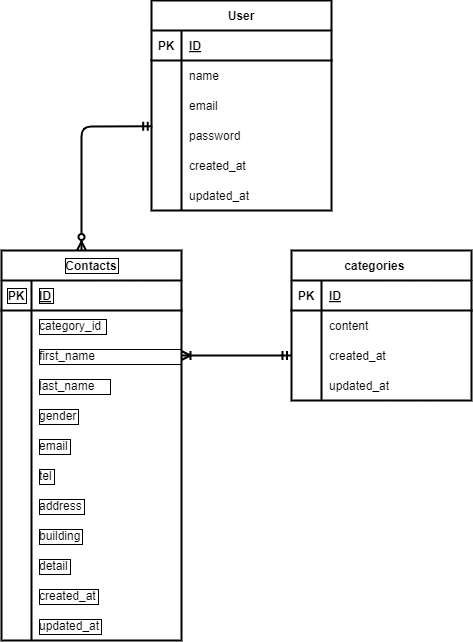
rikuuta1217/RIKU--kadai-1 keeps this draw.io diagram as ER.drawio.png. Above is the earlier version. Source tidied: cells renumbered, new cells last; positions are measured from the earlier drawing's top-left corner, leaving out a move shared by most shapes.
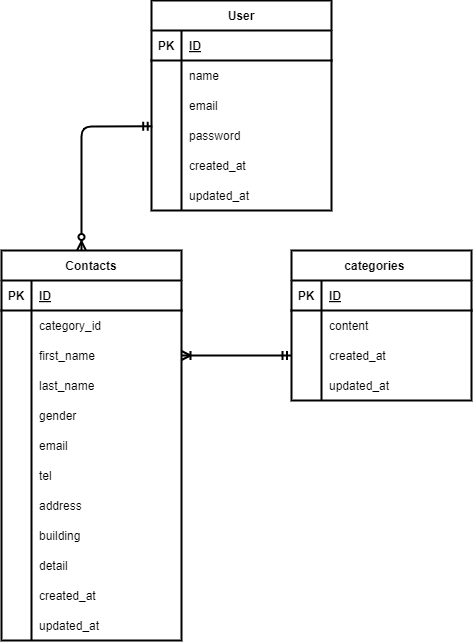
After the change.

Diff of the diagram source:
```diff
@@ -2,115 +2,115 @@
   <root>
     <mxCell id="0" />
     <mxCell id="1" parent="0" />
-    <mxCell id="2" value="Contacts" style="shape=table;startSize=30;rowLines=0;fontStyle=1;align=center;fontColor=#000000;strokeColor=#000000;labelBackgroundColor=none;fillColor=none;strokeWidth=2;perimeterSpacing=0;labelBorderColor=default;" parent="1" vertex="1">
+    <mxCell id="2" value="Contacts" style="shape=table;startSize=30;rowLines=0;fontStyle=1;align=center;fontColor=#000000;strokeColor=#000000;labelBackgroundColor=none;fillColor=none;strokeWidth=2;perimeterSpacing=0;labelBorderColor=none;" parent="1" vertex="1">
       <mxGeometry y="250" width="180" height="390" as="geometry" />
     </mxCell>
-    <mxCell id="3" style="shape=tableRow;horizontal=0;startSize=0;swimlaneHead=0;swimlaneBody=0;fillColor=none;top=0;left=0;right=0;bottom=1;fontColor=#000000;strokeColor=#000000;labelBackgroundColor=none;strokeWidth=2;perimeterSpacing=0;labelBorderColor=default;" parent="2" vertex="1">
+    <mxCell id="3" style="shape=tableRow;horizontal=0;startSize=0;swimlaneHead=0;swimlaneBody=0;fillColor=none;top=0;left=0;right=0;bottom=1;fontColor=#000000;strokeColor=#000000;labelBackgroundColor=none;strokeWidth=2;perimeterSpacing=0;labelBorderColor=none;" parent="2" vertex="1">
       <mxGeometry y="30" width="180" height="30" as="geometry" />
     </mxCell>
-    <mxCell id="4" value="PK" style="shape=partialRectangle;fillColor=none;top=0;left=0;bottom=0;right=0;fontStyle=1;overflow=hidden;fontColor=#000000;strokeColor=#000000;labelBackgroundColor=none;strokeWidth=2;perimeterSpacing=0;labelBorderColor=default;" parent="3" vertex="1">
+    <mxCell id="4" value="PK" style="shape=partialRectangle;fillColor=none;top=0;left=0;bottom=0;right=0;fontStyle=1;overflow=hidden;fontColor=#000000;strokeColor=#000000;labelBackgroundColor=none;strokeWidth=2;perimeterSpacing=0;labelBorderColor=none;" parent="3" vertex="1">
       <mxGeometry width="30" height="30" as="geometry" />
     </mxCell>
-    <mxCell id="5" value="ID" style="shape=partialRectangle;fillColor=none;top=0;left=0;bottom=0;right=0;align=left;spacingLeft=6;fontStyle=5;overflow=hidden;fontColor=#000000;strokeColor=#000000;labelBackgroundColor=none;strokeWidth=2;perimeterSpacing=0;labelBorderColor=default;" parent="3" vertex="1">
+    <mxCell id="5" value="ID" style="shape=partialRectangle;fillColor=none;top=0;left=0;bottom=0;right=0;align=left;spacingLeft=6;fontStyle=5;overflow=hidden;fontColor=#000000;strokeColor=#000000;labelBackgroundColor=none;strokeWidth=2;perimeterSpacing=0;labelBorderColor=none;" parent="3" vertex="1">
       <mxGeometry x="30" width="150" height="30" as="geometry" />
     </mxCell>
-    <mxCell id="6" style="shape=tableRow;horizontal=0;startSize=0;swimlaneHead=0;swimlaneBody=0;fillColor=none;top=0;left=0;right=0;bottom=0;fontColor=#000000;strokeColor=#000000;labelBackgroundColor=none;strokeWidth=2;perimeterSpacing=0;labelBorderColor=default;" parent="2" vertex="1">
+    <mxCell id="6" style="shape=tableRow;horizontal=0;startSize=0;swimlaneHead=0;swimlaneBody=0;fillColor=none;top=0;left=0;right=0;bottom=0;fontColor=#000000;strokeColor=#000000;labelBackgroundColor=none;strokeWidth=2;perimeterSpacing=0;labelBorderColor=none;" parent="2" vertex="1">
       <mxGeometry y="60" width="180" height="30" as="geometry" />
     </mxCell>
-    <mxCell id="7" style="shape=partialRectangle;fillColor=none;top=0;left=0;bottom=0;right=0;overflow=hidden;fontColor=#000000;strokeColor=#000000;labelBackgroundColor=none;strokeWidth=2;perimeterSpacing=0;labelBorderColor=default;" parent="6" vertex="1">
+    <mxCell id="7" style="shape=partialRectangle;fillColor=none;top=0;left=0;bottom=0;right=0;overflow=hidden;fontColor=#000000;strokeColor=#000000;labelBackgroundColor=none;strokeWidth=2;perimeterSpacing=0;labelBorderColor=none;" parent="6" vertex="1">
       <mxGeometry width="30" height="30" as="geometry" />
     </mxCell>
-    <mxCell id="8" value="category_id " style="shape=partialRectangle;fillColor=none;top=0;left=0;bottom=0;right=0;align=left;spacingLeft=6;overflow=hidden;fontColor=#000000;strokeColor=#000000;labelBackgroundColor=none;strokeWidth=2;perimeterSpacing=0;labelBorderColor=default;" parent="6" vertex="1">
+    <mxCell id="8" value="category_id " style="shape=partialRectangle;fillColor=none;top=0;left=0;bottom=0;right=0;align=left;spacingLeft=6;overflow=hidden;fontColor=#000000;strokeColor=#000000;labelBackgroundColor=none;strokeWidth=2;perimeterSpacing=0;labelBorderColor=none;" parent="6" vertex="1">
       <mxGeometry x="30" width="150" height="30" as="geometry" />
     </mxCell>
-    <mxCell id="9" style="shape=tableRow;horizontal=0;startSize=0;swimlaneHead=0;swimlaneBody=0;fillColor=none;points=[[0,0.5],[1,0.5]];portConstraint=eastwest;top=0;left=0;right=0;bottom=0;fontColor=#000000;strokeColor=#000000;labelBackgroundColor=none;strokeWidth=2;perimeterSpacing=0;labelBorderColor=default;" parent="2" vertex="1">
+    <mxCell id="9" style="shape=tableRow;horizontal=0;startSize=0;swimlaneHead=0;swimlaneBody=0;fillColor=none;points=[[0,0.5],[1,0.5]];portConstraint=eastwest;top=0;left=0;right=0;bottom=0;fontColor=#000000;strokeColor=#000000;labelBackgroundColor=none;strokeWidth=2;perimeterSpacing=0;labelBorderColor=none;" parent="2" vertex="1">
       <mxGeometry y="90" width="180" height="30" as="geometry" />
     </mxCell>
-    <mxCell id="10" style="shape=partialRectangle;fillColor=none;top=0;left=0;bottom=0;right=0;overflow=hidden;fontColor=#000000;strokeColor=#000000;labelBackgroundColor=none;strokeWidth=2;perimeterSpacing=0;labelBorderColor=default;" parent="9" vertex="1">
+    <mxCell id="10" style="shape=partialRectangle;fillColor=none;top=0;left=0;bottom=0;right=0;overflow=hidden;fontColor=#000000;strokeColor=#000000;labelBackgroundColor=none;strokeWidth=2;perimeterSpacing=0;labelBorderColor=none;" parent="9" vertex="1">
       <mxGeometry width="30" height="30" as="geometry" />
     </mxCell>
-    <mxCell id="11" value="first_name                            " style="shape=partialRectangle;fillColor=none;top=0;left=0;bottom=0;right=0;align=left;spacingLeft=6;overflow=hidden;fontColor=#000000;strokeColor=#000000;labelBackgroundColor=none;strokeWidth=2;perimeterSpacing=0;labelBorderColor=default;" parent="9" vertex="1">
+    <mxCell id="11" value="first_name                            " style="shape=partialRectangle;fillColor=none;top=0;left=0;bottom=0;right=0;align=left;spacingLeft=6;overflow=hidden;fontColor=#000000;strokeColor=#000000;labelBackgroundColor=none;strokeWidth=2;perimeterSpacing=0;labelBorderColor=none;" parent="9" vertex="1">
       <mxGeometry x="30" width="150" height="30" as="geometry" />
     </mxCell>
-    <mxCell id="12" style="shape=tableRow;horizontal=0;startSize=0;swimlaneHead=0;swimlaneBody=0;fillColor=none;top=0;left=0;right=0;bottom=0;fontColor=#000000;strokeColor=#000000;labelBackgroundColor=none;strokeWidth=2;perimeterSpacing=0;labelBorderColor=default;" parent="2" vertex="1">
+    <mxCell id="12" style="shape=tableRow;horizontal=0;startSize=0;swimlaneHead=0;swimlaneBody=0;fillColor=none;top=0;left=0;right=0;bottom=0;fontColor=#000000;strokeColor=#000000;labelBackgroundColor=none;strokeWidth=2;perimeterSpacing=0;labelBorderColor=none;" parent="2" vertex="1">
       <mxGeometry y="120" width="180" height="30" as="geometry" />
     </mxCell>
-    <mxCell id="13" style="shape=partialRectangle;fillColor=none;top=0;left=0;bottom=0;right=0;overflow=hidden;fontColor=#000000;strokeColor=#000000;labelBackgroundColor=none;strokeWidth=2;perimeterSpacing=0;labelBorderColor=default;" parent="12" vertex="1">
+    <mxCell id="13" style="shape=partialRectangle;fillColor=none;top=0;left=0;bottom=0;right=0;overflow=hidden;fontColor=#000000;strokeColor=#000000;labelBackgroundColor=none;strokeWidth=2;perimeterSpacing=0;labelBorderColor=none;" parent="12" vertex="1">
       <mxGeometry width="30" height="30" as="geometry" />
     </mxCell>
-    <mxCell id="14" value="last_name    " style="shape=partialRectangle;fillColor=none;top=0;left=0;bottom=0;right=0;align=left;spacingLeft=6;overflow=hidden;fontColor=#000000;strokeColor=#000000;labelBackgroundColor=none;strokeWidth=2;perimeterSpacing=0;labelBorderColor=default;" parent="12" vertex="1">
+    <mxCell id="14" value="last_name    " style="shape=partialRectangle;fillColor=none;top=0;left=0;bottom=0;right=0;align=left;spacingLeft=6;overflow=hidden;fontColor=#000000;strokeColor=#000000;labelBackgroundColor=none;strokeWidth=2;perimeterSpacing=0;labelBorderColor=none;" parent="12" vertex="1">
       <mxGeometry x="30" width="150" height="30" as="geometry" />
     </mxCell>
-    <mxCell id="15" style="shape=tableRow;horizontal=0;startSize=0;swimlaneHead=0;swimlaneBody=0;fillColor=none;top=0;left=0;right=0;bottom=0;fontColor=#000000;strokeColor=#000000;labelBackgroundColor=none;strokeWidth=2;perimeterSpacing=0;labelBorderColor=default;" parent="2" vertex="1">
+    <mxCell id="15" style="shape=tableRow;horizontal=0;startSize=0;swimlaneHead=0;swimlaneBody=0;fillColor=none;top=0;left=0;right=0;bottom=0;fontColor=#000000;strokeColor=#000000;labelBackgroundColor=none;strokeWidth=2;perimeterSpacing=0;labelBorderColor=none;" parent="2" vertex="1">
       <mxGeometry y="150" width="180" height="30" as="geometry" />
     </mxCell>
-    <mxCell id="16" style="shape=partialRectangle;fillColor=none;top=0;left=0;bottom=0;right=0;overflow=hidden;fontColor=#000000;strokeColor=#000000;labelBackgroundColor=none;strokeWidth=2;perimeterSpacing=0;labelBorderColor=default;" parent="15" vertex="1">
+    <mxCell id="16" style="shape=partialRectangle;fillColor=none;top=0;left=0;bottom=0;right=0;overflow=hidden;fontColor=#000000;strokeColor=#000000;labelBackgroundColor=none;strokeWidth=2;perimeterSpacing=0;labelBorderColor=none;" parent="15" vertex="1">
       <mxGeometry width="30" height="30" as="geometry" />
     </mxCell>
-    <mxCell id="17" value="gender" style="shape=partialRectangle;fillColor=none;top=0;left=0;bottom=0;right=0;align=left;spacingLeft=6;overflow=hidden;fontColor=#000000;strokeColor=#000000;labelBackgroundColor=none;strokeWidth=2;perimeterSpacing=0;labelBorderColor=default;" parent="15" vertex="1">
+    <mxCell id="17" value="gender" style="shape=partialRectangle;fillColor=none;top=0;left=0;bottom=0;right=0;align=left;spacingLeft=6;overflow=hidden;fontColor=#000000;strokeColor=#000000;labelBackgroundColor=none;strokeWidth=2;perimeterSpacing=0;labelBorderColor=none;" parent="15" vertex="1">
       <mxGeometry x="30" width="150" height="30" as="geometry" />
     </mxCell>
-    <mxCell id="18" style="shape=tableRow;horizontal=0;startSize=0;swimlaneHead=0;swimlaneBody=0;fillColor=none;top=0;left=0;right=0;bottom=0;fontColor=#000000;strokeColor=#000000;labelBackgroundColor=none;strokeWidth=2;perimeterSpacing=0;labelBorderColor=default;" parent="2" vertex="1">
+    <mxCell id="18" style="shape=tableRow;horizontal=0;startSize=0;swimlaneHead=0;swimlaneBody=0;fillColor=none;top=0;left=0;right=0;bottom=0;fontColor=#000000;strokeColor=#000000;labelBackgroundColor=none;strokeWidth=2;perimeterSpacing=0;labelBorderColor=none;" parent="2" vertex="1">
       <mxGeometry y="180" width="180" height="30" as="geometry" />
     </mxCell>
-    <mxCell id="19" style="shape=partialRectangle;fillColor=none;top=0;left=0;bottom=0;right=0;overflow=hidden;fontColor=#000000;strokeColor=#000000;labelBackgroundColor=none;strokeWidth=2;perimeterSpacing=0;labelBorderColor=default;" parent="18" vertex="1">
+    <mxCell id="19" style="shape=partialRectangle;fillColor=none;top=0;left=0;bottom=0;right=0;overflow=hidden;fontColor=#000000;strokeColor=#000000;labelBackgroundColor=none;strokeWidth=2;perimeterSpacing=0;labelBorderColor=none;" parent="18" vertex="1">
       <mxGeometry width="30" height="30" as="geometry" />
     </mxCell>
-    <mxCell id="20" value="email" style="shape=partialRectangle;fillColor=none;top=0;left=0;bottom=0;right=0;align=left;spacingLeft=6;overflow=hidden;fontColor=#000000;strokeColor=#000000;labelBackgroundColor=none;strokeWidth=2;perimeterSpacing=0;labelBorderColor=default;" parent="18" vertex="1">
+    <mxCell id="20" value="email" style="shape=partialRectangle;fillColor=none;top=0;left=0;bottom=0;right=0;align=left;spacingLeft=6;overflow=hidden;fontColor=#000000;strokeColor=#000000;labelBackgroundColor=none;strokeWidth=2;perimeterSpacing=0;labelBorderColor=none;" parent="18" vertex="1">
       <mxGeometry x="30" width="150" height="30" as="geometry" />
     </mxCell>
-    <mxCell id="21" style="shape=tableRow;horizontal=0;startSize=0;swimlaneHead=0;swimlaneBody=0;fillColor=none;top=0;left=0;right=0;bottom=0;fontColor=#000000;strokeColor=#000000;labelBackgroundColor=none;strokeWidth=2;perimeterSpacing=0;labelBorderColor=default;" parent="2" vertex="1">
+    <mxCell id="21" style="shape=tableRow;horizontal=0;startSize=0;swimlaneHead=0;swimlaneBody=0;fillColor=none;top=0;left=0;right=0;bottom=0;fontColor=#000000;strokeColor=#000000;labelBackgroundColor=none;strokeWidth=2;perimeterSpacing=0;labelBorderColor=none;" parent="2" vertex="1">
       <mxGeometry y="210" width="180" height="30" as="geometry" />
     </mxCell>
-    <mxCell id="22" style="shape=partialRectangle;fillColor=none;top=0;left=0;bottom=0;right=0;overflow=hidden;fontColor=#000000;strokeColor=#000000;labelBackgroundColor=none;strokeWidth=2;perimeterSpacing=0;labelBorderColor=default;" parent="21" vertex="1">
+    <mxCell id="22" style="shape=partialRectangle;fillColor=none;top=0;left=0;bottom=0;right=0;overflow=hidden;fontColor=#000000;strokeColor=#000000;labelBackgroundColor=none;strokeWidth=2;perimeterSpacing=0;labelBorderColor=none;" parent="21" vertex="1">
       <mxGeometry width="30" height="30" as="geometry" />
     </mxCell>
-    <mxCell id="23" value="tel" style="shape=partialRectangle;fillColor=none;top=0;left=0;bottom=0;right=0;align=left;spacingLeft=6;overflow=hidden;fontColor=#000000;strokeColor=#000000;labelBackgroundColor=none;strokeWidth=2;perimeterSpacing=0;labelBorderColor=default;" parent="21" vertex="1">
+    <mxCell id="23" value="tel" style="shape=partialRectangle;fillColor=none;top=0;left=0;bottom=0;right=0;align=left;spacingLeft=6;overflow=hidden;fontColor=#000000;strokeColor=#000000;labelBackgroundColor=none;strokeWidth=2;perimeterSpacing=0;labelBorderColor=none;" parent="21" vertex="1">
       <mxGeometry x="30" width="150" height="30" as="geometry" />
     </mxCell>
-    <mxCell id="24" style="shape=tableRow;horizontal=0;startSize=0;swimlaneHead=0;swimlaneBody=0;fillColor=none;top=0;left=0;right=0;bottom=0;fontColor=#000000;strokeColor=#000000;labelBackgroundColor=none;strokeWidth=2;perimeterSpacing=0;labelBorderColor=default;" parent="2" vertex="1">
+    <mxCell id="24" style="shape=tableRow;horizontal=0;startSize=0;swimlaneHead=0;swimlaneBody=0;fillColor=none;top=0;left=0;right=0;bottom=0;fontColor=#000000;strokeColor=#000000;labelBackgroundColor=none;strokeWidth=2;perimeterSpacing=0;labelBorderColor=none;" parent="2" vertex="1">
       <mxGeometry y="240" width="180" height="30" as="geometry" />
     </mxCell>
-    <mxCell id="25" style="shape=partialRectangle;fillColor=none;top=0;left=0;bottom=0;right=0;overflow=hidden;fontColor=#000000;strokeColor=#000000;labelBackgroundColor=none;strokeWidth=2;perimeterSpacing=0;labelBorderColor=default;" parent="24" vertex="1">
+    <mxCell id="25" style="shape=partialRectangle;fillColor=none;top=0;left=0;bottom=0;right=0;overflow=hidden;fontColor=#000000;strokeColor=#000000;labelBackgroundColor=none;strokeWidth=2;perimeterSpacing=0;labelBorderColor=none;" parent="24" vertex="1">
       <mxGeometry width="30" height="30" as="geometry" />
     </mxCell>
-    <mxCell id="26" value="address" style="shape=partialRectangle;fillColor=none;top=0;left=0;bottom=0;right=0;align=left;spacingLeft=6;overflow=hidden;fontColor=#000000;strokeColor=#000000;labelBackgroundColor=none;strokeWidth=2;perimeterSpacing=0;labelBorderColor=default;" parent="24" vertex="1">
+    <mxCell id="26" value="address" style="shape=partialRectangle;fillColor=none;top=0;left=0;bottom=0;right=0;align=left;spacingLeft=6;overflow=hidden;fontColor=#000000;strokeColor=#000000;labelBackgroundColor=none;strokeWidth=2;perimeterSpacing=0;labelBorderColor=none;" parent="24" vertex="1">
       <mxGeometry x="30" width="150" height="30" as="geometry" />
     </mxCell>
-    <mxCell id="27" style="shape=tableRow;horizontal=0;startSize=0;swimlaneHead=0;swimlaneBody=0;fillColor=none;top=0;left=0;right=0;bottom=0;fontColor=#000000;strokeColor=#000000;labelBackgroundColor=none;strokeWidth=2;perimeterSpacing=0;labelBorderColor=default;" parent="2" vertex="1">
+    <mxCell id="27" style="shape=tableRow;horizontal=0;startSize=0;swimlaneHead=0;swimlaneBody=0;fillColor=none;top=0;left=0;right=0;bottom=0;fontColor=#000000;strokeColor=#000000;labelBackgroundColor=none;strokeWidth=2;perimeterSpacing=0;labelBorderColor=none;" parent="2" vertex="1">
       <mxGeometry y="270" width="180" height="30" as="geometry" />
     </mxCell>
-    <mxCell id="28" style="shape=partialRectangle;fillColor=none;top=0;left=0;bottom=0;right=0;overflow=hidden;fontColor=#000000;strokeColor=#000000;labelBackgroundColor=none;strokeWidth=2;perimeterSpacing=0;labelBorderColor=default;" parent="27" vertex="1">
+    <mxCell id="28" style="shape=partialRectangle;fillColor=none;top=0;left=0;bottom=0;right=0;overflow=hidden;fontColor=#000000;strokeColor=#000000;labelBackgroundColor=none;strokeWidth=2;perimeterSpacing=0;labelBorderColor=none;" parent="27" vertex="1">
       <mxGeometry width="30" height="30" as="geometry" />
     </mxCell>
-    <mxCell id="29" value="building" style="shape=partialRectangle;fillColor=none;top=0;left=0;bottom=0;right=0;align=left;spacingLeft=6;overflow=hidden;fontColor=#000000;strokeColor=#000000;labelBackgroundColor=none;strokeWidth=2;perimeterSpacing=0;labelBorderColor=default;" parent="27" vertex="1">
+    <mxCell id="29" value="building" style="shape=partialRectangle;fillColor=none;top=0;left=0;bottom=0;right=0;align=left;spacingLeft=6;overflow=hidden;fontColor=#000000;strokeColor=#000000;labelBackgroundColor=none;strokeWidth=2;perimeterSpacing=0;labelBorderColor=none;" parent="27" vertex="1">
       <mxGeometry x="30" width="150" height="30" as="geometry" />
     </mxCell>
-    <mxCell id="30" style="shape=tableRow;horizontal=0;startSize=0;swimlaneHead=0;swimlaneBody=0;fillColor=none;top=0;left=0;right=0;bottom=0;fontColor=#000000;strokeColor=#000000;labelBackgroundColor=none;strokeWidth=2;perimeterSpacing=0;labelBorderColor=default;" parent="2" vertex="1">
+    <mxCell id="30" style="shape=tableRow;horizontal=0;startSize=0;swimlaneHead=0;swimlaneBody=0;fillColor=none;top=0;left=0;right=0;bottom=0;fontColor=#000000;strokeColor=#000000;labelBackgroundColor=none;strokeWidth=2;perimeterSpacing=0;labelBorderColor=none;" parent="2" vertex="1">
       <mxGeometry y="300" width="180" height="30" as="geometry" />
     </mxCell>
-    <mxCell id="31" style="shape=partialRectangle;fillColor=none;top=0;left=0;bottom=0;right=0;overflow=hidden;fontColor=#000000;strokeColor=#000000;labelBackgroundColor=none;strokeWidth=2;perimeterSpacing=0;labelBorderColor=default;" parent="30" vertex="1">
+    <mxCell id="31" style="shape=partialRectangle;fillColor=none;top=0;left=0;bottom=0;right=0;overflow=hidden;fontColor=#000000;strokeColor=#000000;labelBackgroundColor=none;strokeWidth=2;perimeterSpacing=0;labelBorderColor=none;" parent="30" vertex="1">
       <mxGeometry width="30" height="30" as="geometry" />
     </mxCell>
-    <mxCell id="32" value="detail" style="shape=partialRectangle;fillColor=none;top=0;left=0;bottom=0;right=0;align=left;spacingLeft=6;overflow=hidden;fontColor=#000000;strokeColor=#000000;labelBackgroundColor=none;strokeWidth=2;perimeterSpacing=0;labelBorderColor=default;" parent="30" vertex="1">
+    <mxCell id="32" value="detail" style="shape=partialRectangle;fillColor=none;top=0;left=0;bottom=0;right=0;align=left;spacingLeft=6;overflow=hidden;fontColor=#000000;strokeColor=#000000;labelBackgroundColor=none;strokeWidth=2;perimeterSpacing=0;labelBorderColor=none;" parent="30" vertex="1">
       <mxGeometry x="30" width="150" height="30" as="geometry" />
     </mxCell>
-    <mxCell id="33" style="shape=tableRow;horizontal=0;startSize=0;swimlaneHead=0;swimlaneBody=0;fillColor=none;top=0;left=0;right=0;bottom=0;fontColor=#000000;strokeColor=#000000;labelBackgroundColor=none;strokeWidth=2;perimeterSpacing=0;labelBorderColor=default;" parent="2" vertex="1">
+    <mxCell id="33" style="shape=tableRow;horizontal=0;startSize=0;swimlaneHead=0;swimlaneBody=0;fillColor=none;top=0;left=0;right=0;bottom=0;fontColor=#000000;strokeColor=#000000;labelBackgroundColor=none;strokeWidth=2;perimeterSpacing=0;labelBorderColor=none;" parent="2" vertex="1">
       <mxGeometry y="330" width="180" height="30" as="geometry" />
     </mxCell>
-    <mxCell id="34" style="shape=partialRectangle;fillColor=none;top=0;left=0;bottom=0;right=0;overflow=hidden;fontColor=#000000;strokeColor=#000000;labelBackgroundColor=none;strokeWidth=2;perimeterSpacing=0;labelBorderColor=default;" parent="33" vertex="1">
+    <mxCell id="34" style="shape=partialRectangle;fillColor=none;top=0;left=0;bottom=0;right=0;overflow=hidden;fontColor=#000000;strokeColor=#000000;labelBackgroundColor=none;strokeWidth=2;perimeterSpacing=0;labelBorderColor=none;" parent="33" vertex="1">
       <mxGeometry width="30" height="30" as="geometry" />
     </mxCell>
-    <mxCell id="35" value="created_at" style="shape=partialRectangle;fillColor=none;top=0;left=0;bottom=0;right=0;align=left;spacingLeft=6;overflow=hidden;fontColor=#000000;strokeColor=#000000;labelBackgroundColor=none;strokeWidth=2;perimeterSpacing=0;labelBorderColor=default;" parent="33" vertex="1">
+    <mxCell id="35" value="created_at" style="shape=partialRectangle;fillColor=none;top=0;left=0;bottom=0;right=0;align=left;spacingLeft=6;overflow=hidden;fontColor=#000000;strokeColor=#000000;labelBackgroundColor=none;strokeWidth=2;perimeterSpacing=0;labelBorderColor=none;" parent="33" vertex="1">
       <mxGeometry x="30" width="150" height="30" as="geometry" />
     </mxCell>
-    <mxCell id="36" style="shape=tableRow;horizontal=0;startSize=0;swimlaneHead=0;swimlaneBody=0;fillColor=none;top=0;left=0;right=0;bottom=0;fontColor=#000000;strokeColor=#000000;labelBackgroundColor=none;strokeWidth=2;perimeterSpacing=0;labelBorderColor=default;" parent="2" vertex="1">
+    <mxCell id="36" style="shape=tableRow;horizontal=0;startSize=0;swimlaneHead=0;swimlaneBody=0;fillColor=none;top=0;left=0;right=0;bottom=0;fontColor=#000000;strokeColor=#000000;labelBackgroundColor=none;strokeWidth=2;perimeterSpacing=0;labelBorderColor=none;" parent="2" vertex="1">
       <mxGeometry y="360" width="180" height="30" as="geometry" />
     </mxCell>
-    <mxCell id="37" style="shape=partialRectangle;fillColor=none;top=0;left=0;bottom=0;right=0;overflow=hidden;fontColor=#000000;strokeColor=#000000;labelBackgroundColor=none;strokeWidth=2;perimeterSpacing=0;labelBorderColor=default;" parent="36" vertex="1">
+    <mxCell id="37" style="shape=partialRectangle;fillColor=none;top=0;left=0;bottom=0;right=0;overflow=hidden;fontColor=#000000;strokeColor=#000000;labelBackgroundColor=none;strokeWidth=2;perimeterSpacing=0;labelBorderColor=none;" parent="36" vertex="1">
       <mxGeometry width="30" height="30" as="geometry" />
     </mxCell>
-    <mxCell id="38" value="updated_at" style="shape=partialRectangle;fillColor=none;top=0;left=0;bottom=0;right=0;align=left;spacingLeft=6;overflow=hidden;fontColor=#000000;strokeColor=#000000;labelBackgroundColor=none;strokeWidth=2;perimeterSpacing=0;labelBorderColor=default;" parent="36" vertex="1">
+    <mxCell id="38" value="updated_at" style="shape=partialRectangle;fillColor=none;top=0;left=0;bottom=0;right=0;align=left;spacingLeft=6;overflow=hidden;fontColor=#000000;strokeColor=#000000;labelBackgroundColor=none;strokeWidth=2;perimeterSpacing=0;labelBorderColor=none;" parent="36" vertex="1">
       <mxGeometry x="30" width="150" height="30" as="geometry" />
     </mxCell>
     <mxCell id="39" value="categories    " style="shape=table;startSize=30;rowLines=0;fontStyle=1;align=center;fontColor=#000000;strokeColor=#000000;labelBackgroundColor=none;fillColor=none;strokeWidth=2;" parent="1" vertex="1">
```
